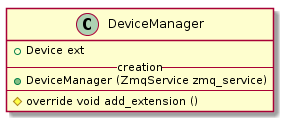
Before: report/figures/design/class/daq/device-manager.png, a diagram exported from PlantUML (geoffjay/comp8506-docs). Source of this version:
```plantuml
@startuml
class DeviceManager {
    +Device ext
    --creation--
    +DeviceManager (ZmqService zmq_service)
    ----
    #override void add_extension ()
}
@enduml
```
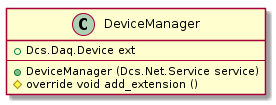
Above is the later version.

Change to the diagram source:
```diff
@@ -1,9 +1,8 @@
 @startuml
 class DeviceManager {
-    +Device ext
-    --creation--
-    +DeviceManager (ZmqService zmq_service)
+    +Dcs.Daq.Device ext
     ----
+    +DeviceManager (Dcs.Net.Service service)
     #override void add_extension ()
 }
 @enduml
```
